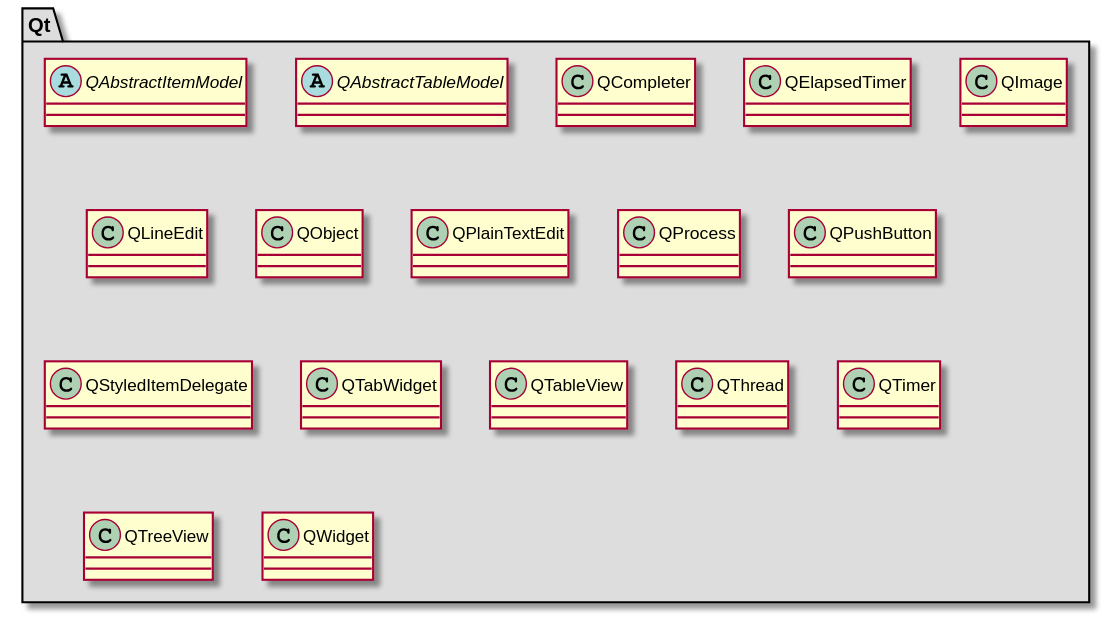
svlad-90/DLT-Message-Analyzer keeps this PlantUML diagram as md/dev_docs/puml/Qt_standalone.svg. Above is the earlier version.
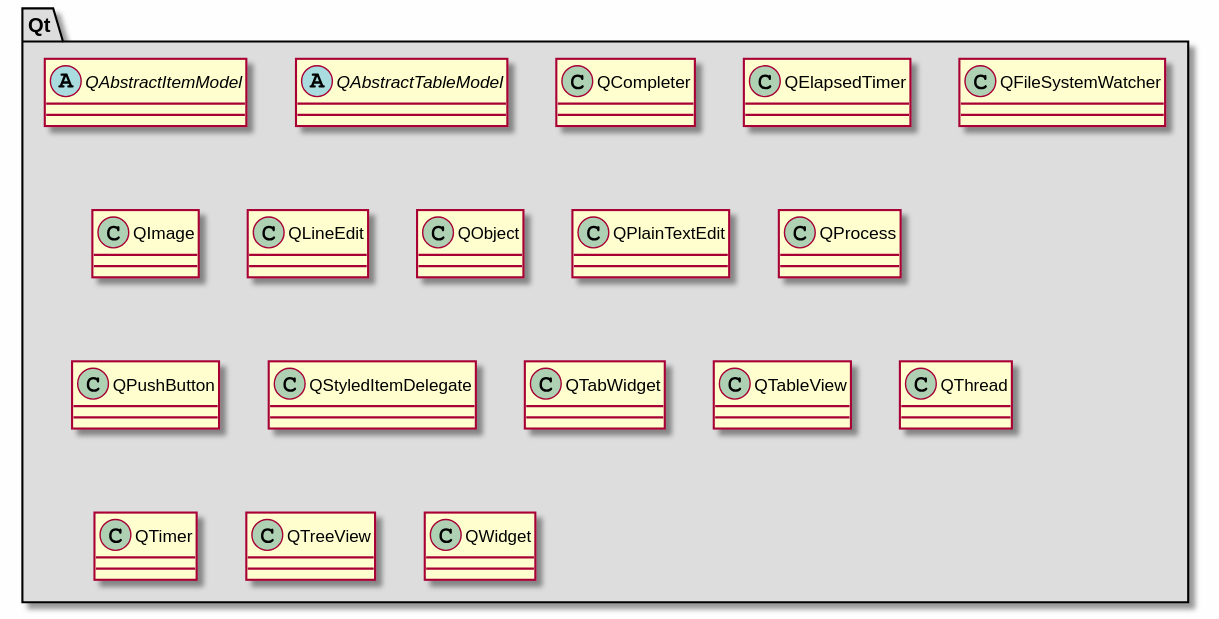
Above is the later version.

Change to the diagram source:
```diff
@@ -1,5 +1,6 @@
 @startuml
 
+skinparam backgroundColor #FEFEFE
 skinparam wrapWidth 600
 package "Qt" #DDDDDD
 {
@@ -17,6 +18,10 @@
 }
 
 class "QElapsedTimer"
+{
+}
+
+class "QFileSystemWatcher"
 {
 }
 
```
